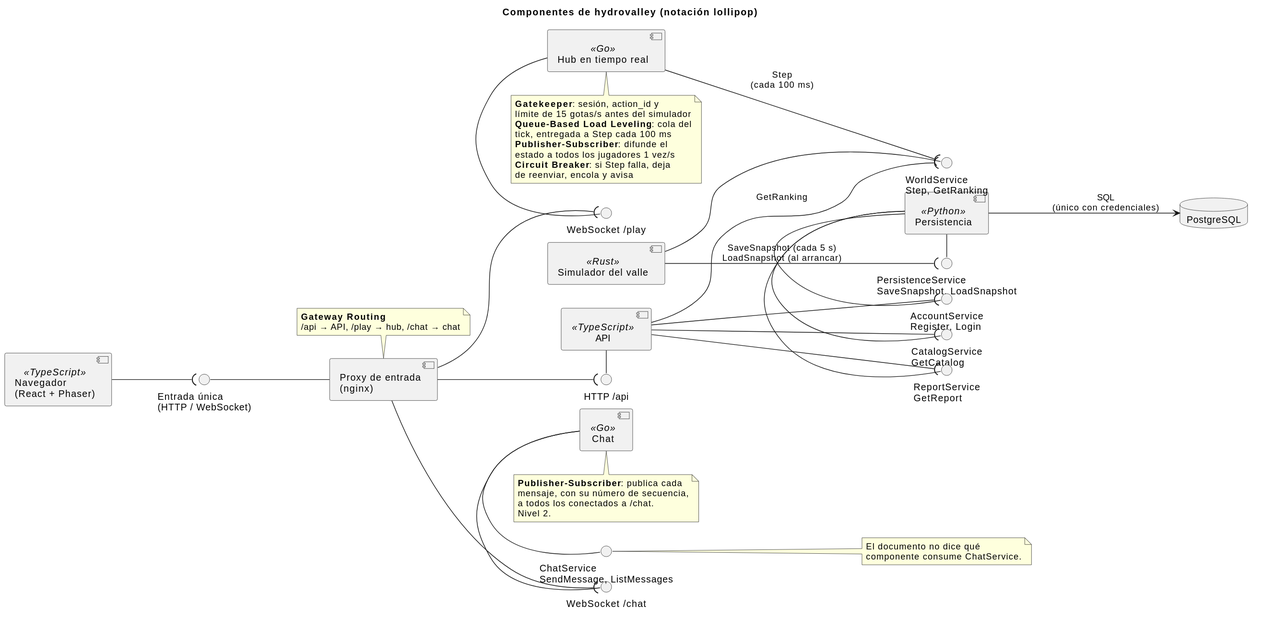
The PlantUML diagram docs/diagrams/02-componentes.svg in iadev2005/hydrovalley, before a commit.
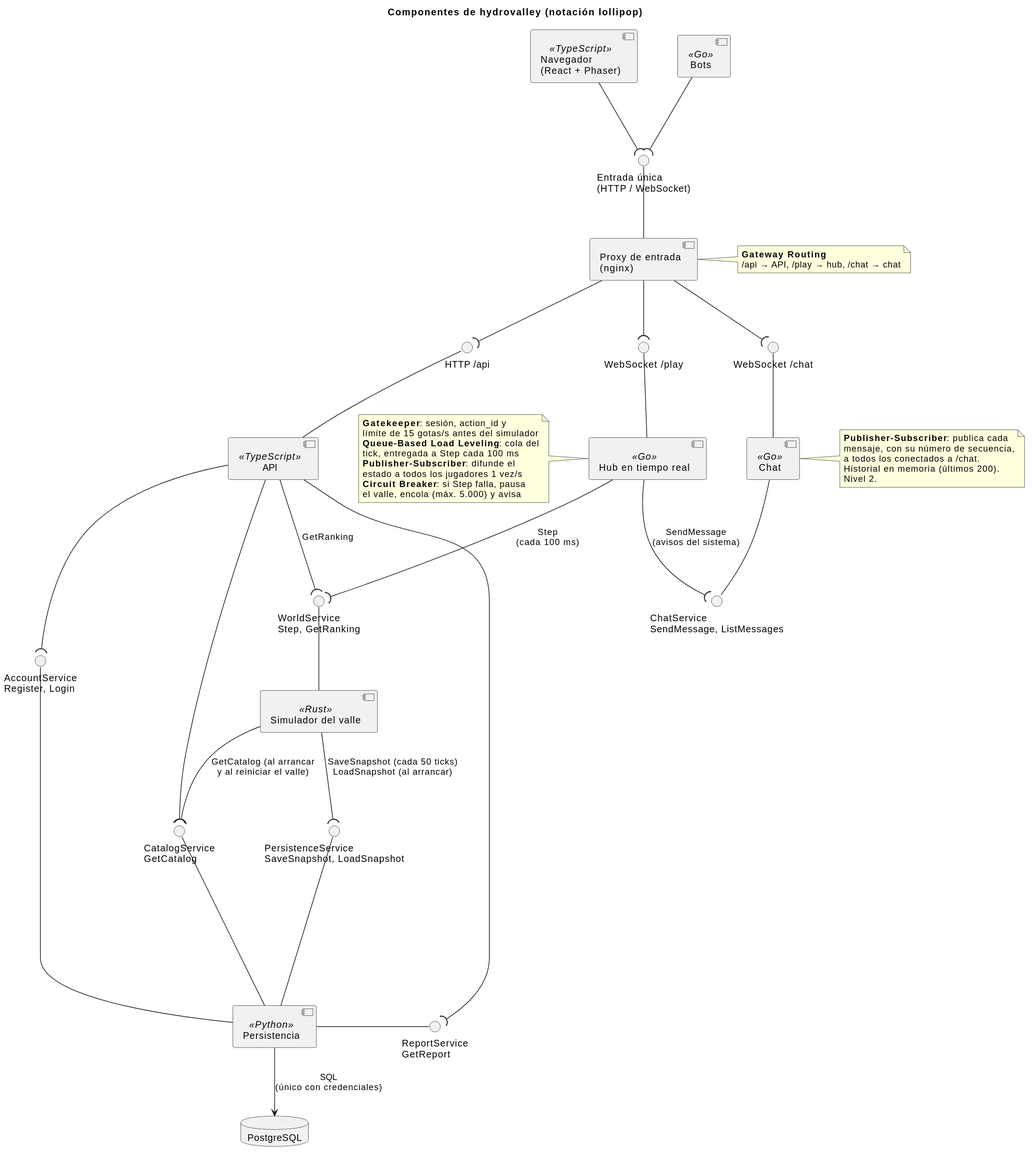
After the change.

What changed in the source:
```diff
@@ -1,81 +1,88 @@
 @startuml
 title Componentes de hydrovalley (notación lollipop)
-left to right direction
+top to bottom direction
 skinparam componentStyle uml2
+skinparam nodesep 60
+skinparam ranksep 70
 
 component "Navegador\n(React + Phaser)" as Browser <<TypeScript>>
+component "Bots" as Bots <<Go>>
+
 component "Proxy de entrada\n(nginx)" as Proxy
+() "Entrada única\n(HTTP / WebSocket)" as I_Entry
+
 component "API" as Api <<TypeScript>>
 component "Hub en tiempo real" as Hub <<Go>>
 component "Chat" as Chat <<Go>>
-component "Simulador del valle" as World <<Rust>>
-component "Persistencia" as Persistence <<Python>>
-database "PostgreSQL" as Db
-
-() "Entrada única\n(HTTP / WebSocket)" as I_Entry
 () "HTTP /api" as I_Api
 () "WebSocket /play" as I_Play
 () "WebSocket /chat" as I_Chat
 
-Proxy -up- I_Entry
-Browser --( I_Entry
-
-Api - I_Api
-Hub - I_Play
-Chat - I_Chat
-Proxy --( I_Api
-Proxy --( I_Play
-Proxy --( I_Chat
-
+component "Simulador del valle" as World <<Rust>>
+component "Persistencia" as Persistence <<Python>>
+database "PostgreSQL" as Db
 () "WorldService\nStep, GetRanking" as I_World
+() "ChatService\nSendMessage, ListMessages" as I_ChatSvc
 () "PersistenceService\nSaveSnapshot, LoadSnapshot" as I_Persistence
 () "AccountService\nRegister, Login" as I_Account
 () "CatalogService\nGetCatalog" as I_Catalog
 () "ReportService\nGetReport" as I_Report
-() "ChatService\nSendMessage, ListMessages" as I_ChatSvc
 
-World - I_World
-Hub --( I_World : Step\n(cada 100 ms)
-Api --( I_World : GetRanking
+Proxy -up- I_Entry
+Browser -down-( I_Entry
+Bots -down-( I_Entry
 
-Persistence - I_Persistence
-Persistence - I_Account
-Persistence - I_Catalog
-Persistence - I_Report
-World --( I_Persistence : SaveSnapshot (cada 5 s)\nLoadSnapshot (al arrancar)
-Api --( I_Account
-Api --( I_Catalog
-Api --( I_Report
+Api -up- I_Api
+Hub -up- I_Play
+Chat -up- I_Chat
+Proxy -down-( I_Api
+Proxy -down-( I_Play
+Proxy -down-( I_Chat
 
-Chat - I_ChatSvc
+Chat -down- I_ChatSvc
+Hub -right-( I_ChatSvc : SendMessage\n(avisos del sistema)
 
-Persistence --> Db : SQL\n(único con credenciales)
+World -up- I_World
+Hub -down-( I_World : Step\n(cada 100 ms)
+Api -down-( I_World : GetRanking
 
-note top of Proxy
+Persistence -up--- I_Persistence
+Persistence -left- I_Account
+Persistence -up- I_Catalog
+Persistence -right- I_Report
+World -down-( I_Persistence : SaveSnapshot (cada 50 ticks)\nLoadSnapshot (al arrancar)
+World -down-( I_Catalog : GetCatalog (al arrancar\ny al reiniciar el valle)
+Api -down-( I_Account
+Api -down-( I_Catalog
+Api -down-( I_Report
+
+Persistence -down-> Db : SQL\n(único con credenciales)
+
+Browser -[hidden]right- Bots
+Api -[hidden]right- Hub
+Hub -[hidden]right- Chat
+
+note right of Proxy
   <b>Gateway Routing</b>
   /api → API, /play → hub, /chat → chat
 end note
 
-note bottom of Hub
+note left of Hub
   <b>Gatekeeper</b>: sesión, action_id y
   límite de 15 gotas/s antes del simulador
   <b>Queue-Based Load Leveling</b>: cola del
   tick, entregada a Step cada 100 ms
   <b>Publisher-Subscriber</b>: difunde el
   estado a todos los jugadores 1 vez/s
-  <b>Circuit Breaker</b>: si Step falla, deja
-  de reenviar, encola y avisa
+  <b>Circuit Breaker</b>: si Step falla, pausa
+  el valle, encola (máx. 5.000) y avisa
 end note
 
-note bottom of Chat
+note right of Chat
   <b>Publisher-Subscriber</b>: publica cada
   mensaje, con su número de secuencia,
   a todos los conectados a /chat.
+  Historial en memoria (últimos 200).
   Nivel 2.
 end note
-
-note right of I_ChatSvc
-  El documento no dice qué
-  componente consume ChatService.
-end note
 @enduml
```
